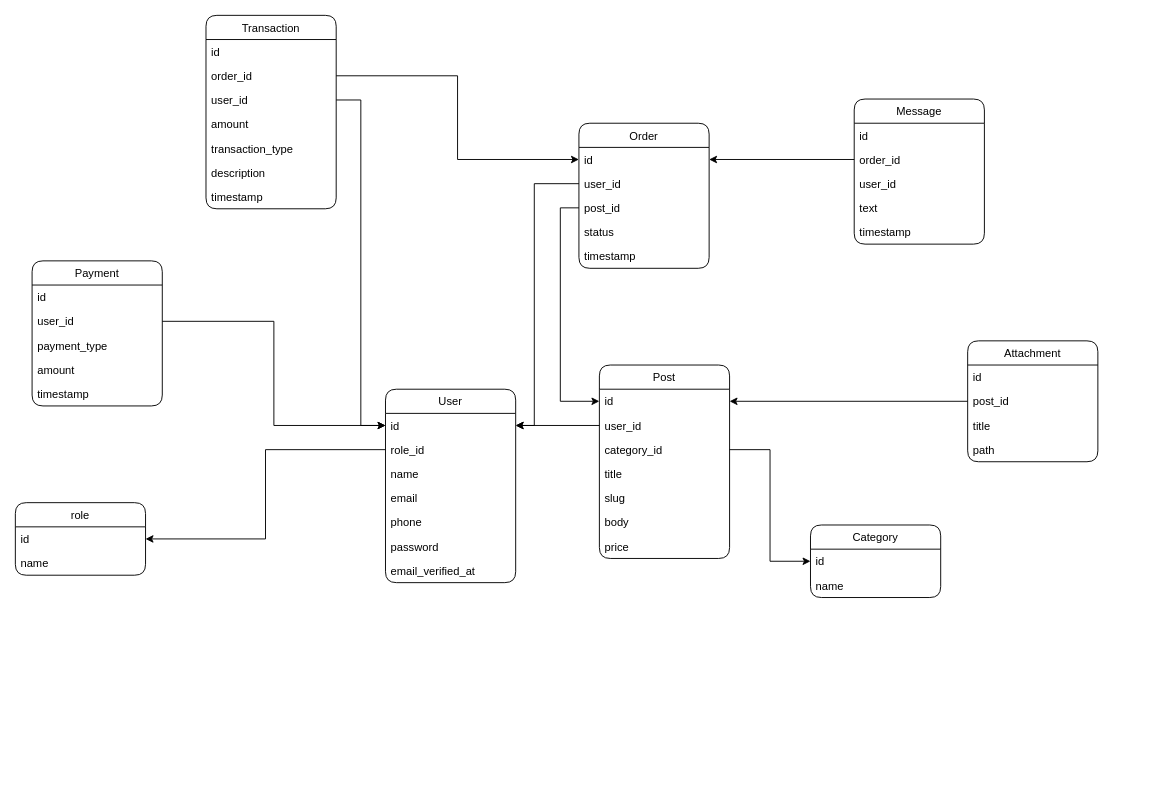
NbekWeb/chik.uz keeps this draw.io diagram as db-diagram.drawio. Above is the earlier version. Source tidied: cells renumbered, new cells numbered last; positions are measured from the earlier drawing's top-left corner, leaving out a move shared by most shapes. Both pictures are drawn from the tidied source at 93%, with x=0, y=0 at pixel (15, 15).
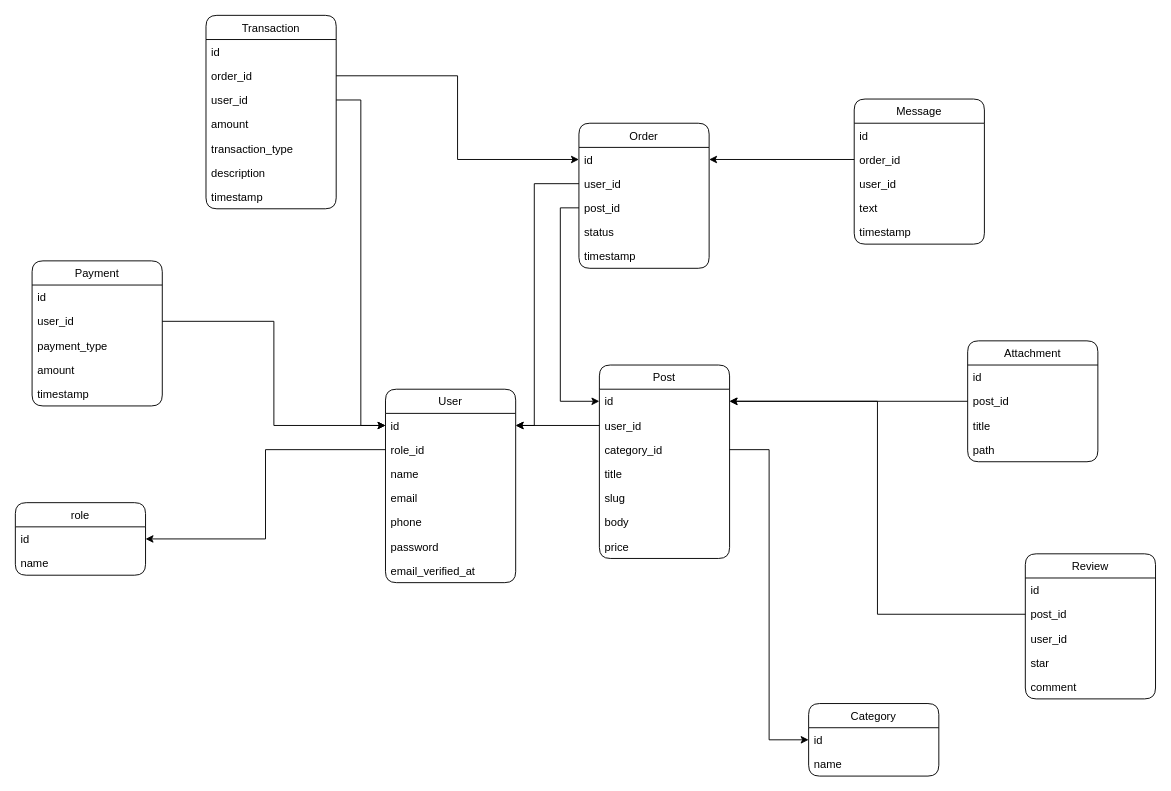
The same page after the edit.

Unchanged cells that the change refers to:
```xml
<mxCell id="15" value="id" style="text;strokeColor=none;fillColor=none;align=left;verticalAlign=top;spacingLeft=4;spacingRight=4;overflow=hidden;points=[[0,0.5],[1,0.5]];portConstraint=eastwest;" parent="14" vertex="1">
  <mxGeometry y="26" width="140" height="26" as="geometry" />
</mxCell>
```

Change to the diagram source:
```diff
@@
     <mxCell id="23" value="Category" style="swimlane;fontStyle=0;horizontal=1;startSize=26;fillColor=none;strokeColor=default;rounded=1;swimlaneLine=1;" parent="1" vertex="1">
-      <mxGeometry x="855" y="548" width="140" height="78" as="geometry" />
+      <mxGeometry x="853" y="740" width="140" height="78" as="geometry" />
     </mxCell>
@@
+    <mxCell id="65" value="Review" style="swimlane;fontStyle=0;horizontal=1;startSize=26;fillColor=none;strokeColor=default;rounded=1;swimlaneLine=1;" parent="1" vertex="1">
+      <mxGeometry x="1086" y="579" width="140" height="156" as="geometry" />
+    </mxCell>
+    <mxCell id="66" value="id" style="text;strokeColor=none;fillColor=none;align=left;verticalAlign=top;spacingLeft=4;spacingRight=4;overflow=hidden;" parent="65" vertex="1">
+      <mxGeometry y="26" width="140" height="26" as="geometry" />
+    </mxCell>
+    <mxCell id="67" value="post_id" style="text;strokeColor=none;fillColor=none;align=left;verticalAlign=top;spacingLeft=4;spacingRight=4;overflow=hidden;points=[[0,0.5],[1,0.5]];portConstraint=eastwest;" parent="65" vertex="1">
+      <mxGeometry y="52" width="140" height="26" as="geometry" />
+    </mxCell>
+    <mxCell id="68" value="user_id" style="text;strokeColor=none;fillColor=none;align=left;verticalAlign=top;spacingLeft=4;spacingRight=4;overflow=hidden;" parent="65" vertex="1">
+      <mxGeometry y="78" width="140" height="26" as="geometry" />
+    </mxCell>
+    <mxCell id="69" value="star" style="text;strokeColor=none;fillColor=none;align=left;verticalAlign=top;spacingLeft=4;spacingRight=4;overflow=hidden;" parent="65" vertex="1">
+      <mxGeometry y="104" width="140" height="26" as="geometry" />
+    </mxCell>
+    <mxCell id="70" value="comment" style="text;strokeColor=none;fillColor=none;align=left;verticalAlign=top;spacingLeft=4;spacingRight=4;overflow=hidden;" parent="65" vertex="1">
+      <mxGeometry y="130" width="140" height="26" as="geometry" />
+    </mxCell>
+    <mxCell id="71" style="edgeStyle=orthogonalEdgeStyle;rounded=0;jettySize=auto;html=1;exitX=0;exitY=0.5;exitDx=0;exitDy=0;" parent="1" edge="1" source="67" target="15">
+      <mxGeometry relative="1" as="geometry" />
+    </mxCell>
```
